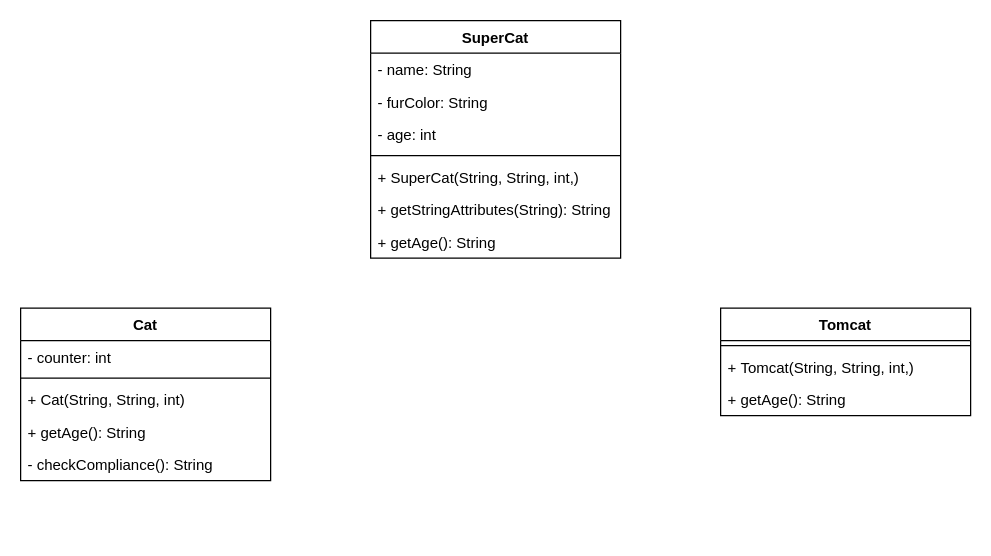
Above: page "Cat-Tomcat-Supercat" (4 of 4) of klassendiagramm.drawio in Kafeev95/03b_Vererbung_Inheritance (draw.io), before the change. Source tidied: cells renumbered, new cells numbered last; positions are measured from the earlier drawing's top-left corner, leaving out a move shared by most shapes. Both pictures are drawn from the tidied source at 125%, with x=0, y=0 at pixel (20, 20).
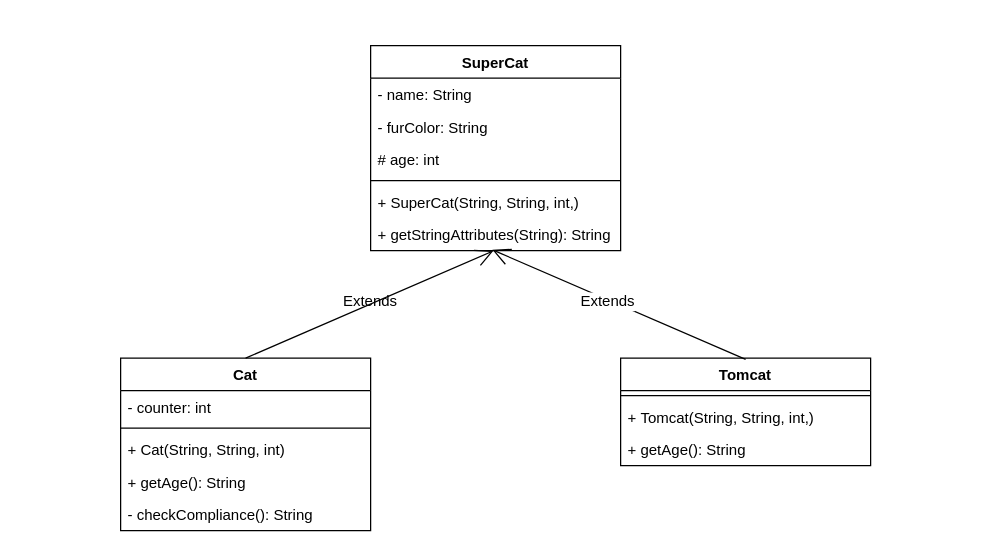
The same page after the edit.

Unchanged cells that the change refers to:
```xml
<mxCell id="18" value="+ getStringAttributes(String): String" style="text;strokeColor=none;fillColor=none;align=left;verticalAlign=top;spacingLeft=4;spacingRight=4;overflow=hidden;points=[[0,0.5],[1,0.5]];portConstraint=eastwest;" parent="12" vertex="1">
  <mxGeometry y="138" width="200" height="26" as="geometry" />
</mxCell>
```

The edit, as a diff of the source:
```diff
@@
     <mxCell id="2" value="Cat" style="swimlane;fontStyle=1;align=center;verticalAlign=top;horizontal=1;startSize=26;" parent="1" vertex="1">
-      <mxGeometry y="230" width="200" height="138" as="geometry" />
+      <mxGeometry x="80" y="270" width="200" height="138" as="geometry" />
     </mxCell>
@@
     <mxCell id="8" value="Tomcat" style="swimlane;fontStyle=1;align=center;verticalAlign=top;horizontal=1;startSize=26;" parent="1" vertex="1">
-      <mxGeometry x="560" y="230" width="200" height="86" as="geometry" />
+      <mxGeometry x="480" y="270" width="200" height="86" as="geometry" />
     </mxCell>
@@
     <mxCell id="12" value="SuperCat" style="swimlane;fontStyle=1;align=center;verticalAlign=top;horizontal=1;startSize=26;" parent="1" vertex="1">
-      <mxGeometry x="280" width="200" height="190" as="geometry" />
+      <mxGeometry x="280" y="20" width="200" height="164" as="geometry" />
     </mxCell>
@@
-    <mxCell id="15" value="- age: int" style="text;strokeColor=none;fillColor=none;align=left;verticalAlign=top;spacingLeft=4;spacingRight=4;overflow=hidden;" parent="12" vertex="1">
+    <mxCell id="15" value="# age: int" style="text;strokeColor=none;fillColor=none;align=left;verticalAlign=top;spacingLeft=4;spacingRight=4;overflow=hidden;" parent="12" vertex="1">
       <mxGeometry y="78" width="200" height="26" as="geometry" />
     </mxCell>
@@
-    <mxCell id="19" value="+ getAge(): String" style="text;strokeColor=none;fillColor=none;align=left;verticalAlign=top;spacingLeft=4;spacingRight=4;overflow=hidden;" parent="12" vertex="1">
-      <mxGeometry y="164" width="200" height="26" as="geometry" />
-    </mxCell>
+    <mxCell id="20" style="endArrow=open;endFill=1;endSize=12;html=1;exitX=0.5;exitY=0;exitDx=0;exitDy=0;entryX=0.487;entryY=0.975;entryDx=0;entryDy=0;entryPerimeter=0;" parent="1" edge="1" target="18">
+      <mxGeometry relative="1" as="geometry">
+        <mxPoint x="580" y="271" as="sourcePoint" />
+      </mxGeometry>
+    </mxCell>
+    <mxCell id="21" value="Extends" style="text;html=1;strokeColor=none;fillColor=none;align=center;verticalAlign=middle;whiteSpace=wrap;rounded=0;labelBackgroundColor=default;" parent="1" vertex="1">
+      <mxGeometry x="440" y="210" width="60" height="30" as="geometry" />
+    </mxCell>
+    <mxCell id="22" value="Extends" style="text;html=1;strokeColor=none;fillColor=none;align=center;verticalAlign=middle;whiteSpace=wrap;rounded=0;labelBackgroundColor=default;" parent="1" vertex="1">
+      <mxGeometry x="250" y="210" width="60" height="30" as="geometry" />
+    </mxCell>
+    <mxCell id="23" style="endArrow=open;endFill=1;endSize=12;html=1;exitX=0.5;exitY=0;exitDx=0;exitDy=0;entryX=0.491;entryY=1.007;entryDx=0;entryDy=0;entryPerimeter=0;" parent="1" edge="1" source="2" target="18">
+      <mxGeometry relative="1" as="geometry" />
+    </mxCell>
```
